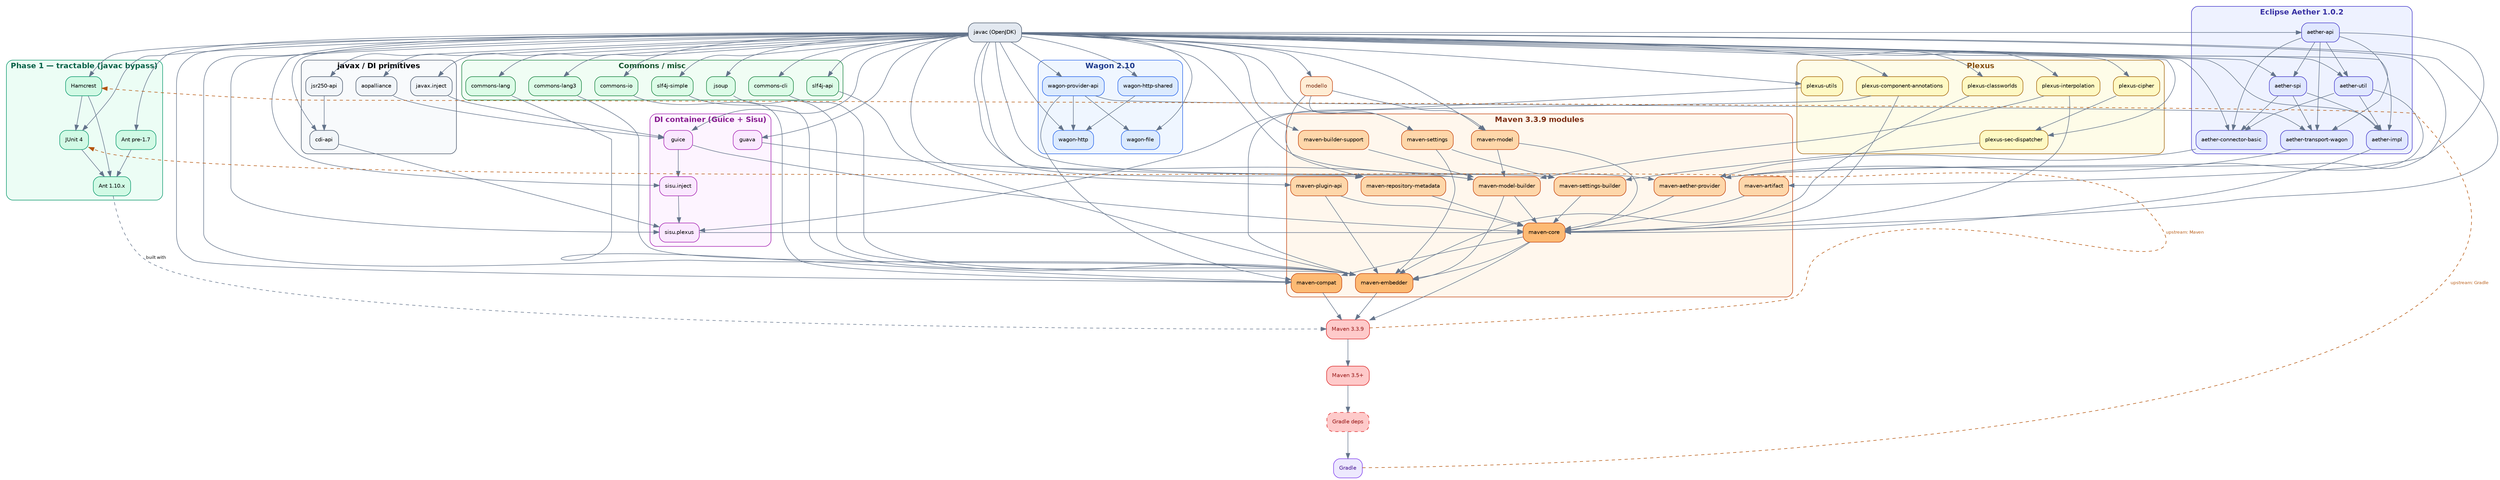
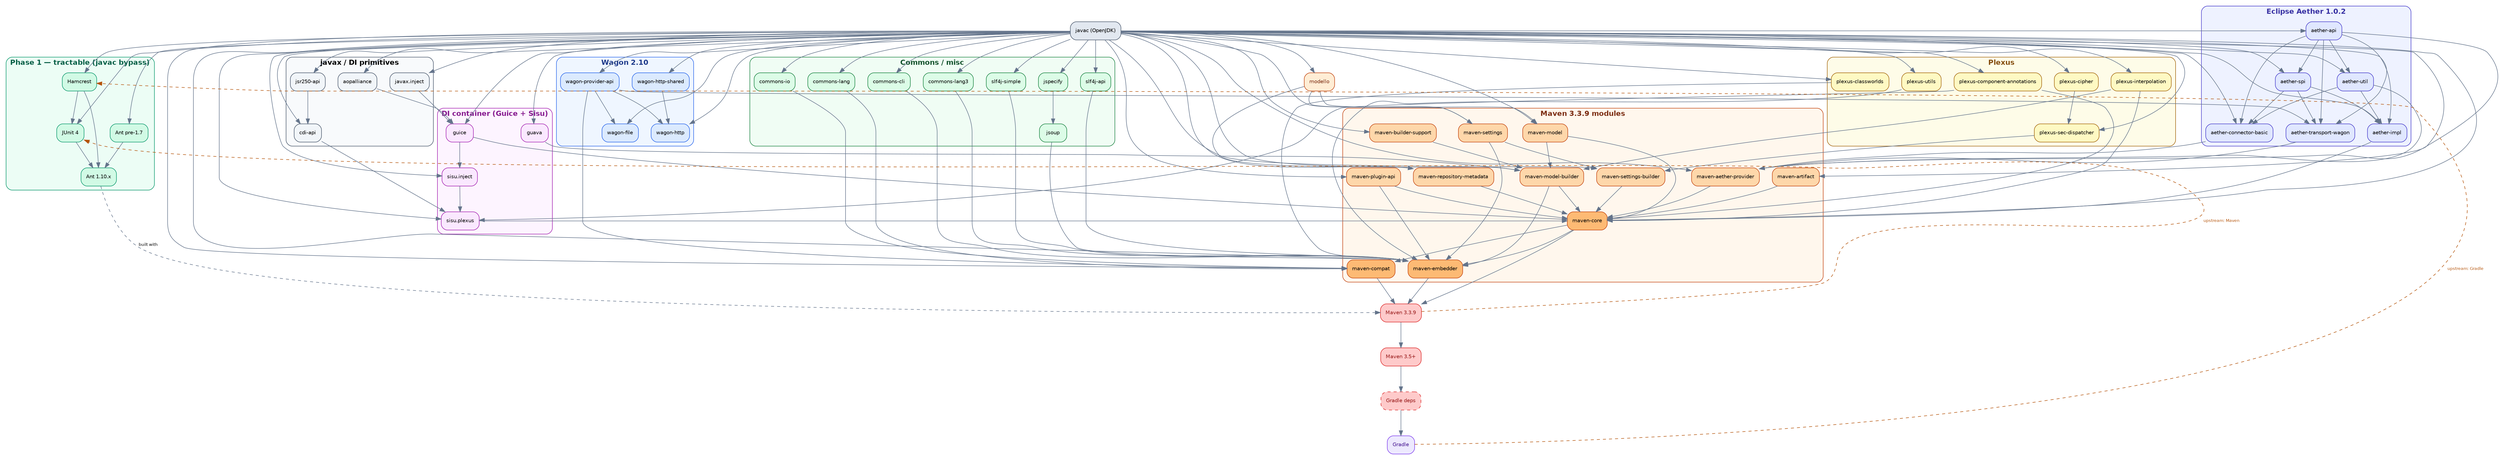
digraph JavaBootstrapJPB {
  rankdir=TB;
  ranksep=0.7;
  nodesep=0.35;
  fontname="Helvetica";
  node [shape=box, style="rounded,filled", fontname="Helvetica", fontsize=10, margin="0.14,0.07"];
  edge [fontname="Helvetica", fontsize=8, color="#64748b"];

  // ════════════════════════════════════════════════════════════
  // BASE
  // ════════════════════════════════════════════════════════════
  JC [label="javac (OpenJDK)", fillcolor="#e2e8f0", color="#475569"];

  // ════════════════════════════════════════════════════════════
  // Tractable (javac-only, no external compile deps)
  // ════════════════════════════════════════════════════════════
  subgraph cluster_tractable {
    label="Phase 1 — tractable (javac bypass)";
    style="rounded,filled"; fillcolor="#ecfdf5"; color="#059669"; fontcolor="#065f46"; fontname="Helvetica-Bold";
    ANTP [label="Ant pre-1.7",  fillcolor="#d1fae5", color="#059669"];
    ANT  [label="Ant 1.10.x",   fillcolor="#d1fae5", color="#059669"];
    HC   [label="Hamcrest",     fillcolor="#d1fae5", color="#059669"];
    JU4  [label="JUnit 4",      fillcolor="#d1fae5", color="#059669"];
  }

  // ════════════════════════════════════════════════════════════
  // Plexus (low-level, built early)
  // ════════════════════════════════════════════════════════════
  subgraph cluster_plexus {
    label="Plexus";
    style="rounded,filled"; fillcolor="#fefce8"; color="#a16207"; fontcolor="#854d0e"; fontname="Helvetica-Bold";
    PL_CW   [label="plexus-classworlds",          fillcolor="#fef9c3", color="#a16207"];
    PL_UTIL [label="plexus-utils",                fillcolor="#fef9c3", color="#a16207"];
    PL_CA   [label="plexus-component-annotations",fillcolor="#fef9c3", color="#a16207"];
    PL_INTP [label="plexus-interpolation",        fillcolor="#fef9c3", color="#a16207"];
    PL_CIPH [label="plexus-cipher",               fillcolor="#fef9c3", color="#a16207"];
    PL_SEC  [label="plexus-sec-dispatcher",       fillcolor="#fef9c3", color="#a16207"];
  }

  // ════════════════════════════════════════════════════════════
  // javax / CDI / DI primitives
  // ════════════════════════════════════════════════════════════
  subgraph cluster_javax {
    label="javax / DI primitives";
    style="rounded,filled"; fillcolor="#f8fafc"; color="#475569"; fontname="Helvetica-Bold";
    JX_INJ [label="javax.inject", fillcolor="#f1f5f9", color="#475569"];
    JX_JSR [label="jsr250-api",   fillcolor="#f1f5f9", color="#475569"];
    JX_CDI [label="cdi-api",      fillcolor="#f1f5f9", color="#475569"];
    AOPAL  [label="aopalliance",  fillcolor="#f1f5f9", color="#475569"];
  }

  // ════════════════════════════════════════════════════════════
  // Google + Sisu (DI container)
  // ════════════════════════════════════════════════════════════
  subgraph cluster_di {
    label="DI container (Guice + Sisu)";
    style="rounded,filled"; fillcolor="#fdf4ff"; color="#a21caf"; fontcolor="#86198f"; fontname="Helvetica-Bold";
    GUAVA     [label="guava",       fillcolor="#fae8ff", color="#a21caf"];
    GUICE     [label="guice",       fillcolor="#fae8ff", color="#a21caf"];
    SISU_INJ  [label="sisu.inject", fillcolor="#fae8ff", color="#a21caf"];
    SISU_PLEX [label="sisu.plexus", fillcolor="#fae8ff", color="#a21caf"];
  }

  // ════════════════════════════════════════════════════════════
  // Commons / misc utilities
  // ════════════════════════════════════════════════════════════
  subgraph cluster_commons {
    label="Commons / misc";
    style="rounded,filled"; fillcolor="#f0fdf4"; color="#15803d"; fontcolor="#14532d"; fontname="Helvetica-Bold";
    COM_CLI  [label="commons-cli",   fillcolor="#dcfce7", color="#15803d"];
    COM_IO   [label="commons-io",    fillcolor="#dcfce7", color="#15803d"];
    COM_LANG [label="commons-lang",  fillcolor="#dcfce7", color="#15803d"];
    COM_LAN3 [label="commons-lang3", fillcolor="#dcfce7", color="#15803d"];
    SLF_API  [label="slf4j-api",     fillcolor="#dcfce7", color="#15803d"];
    SLF_SMP  [label="slf4j-simple",  fillcolor="#dcfce7", color="#15803d"];
+     JSPECIFY [label="jspecify",      fillcolor="#dcfce7", color="#15803d"];
    JSOUP    [label="jsoup",         fillcolor="#dcfce7", color="#15803d"];
  }

  // ════════════════════════════════════════════════════════════
  // Wagon
  // ════════════════════════════════════════════════════════════
  subgraph cluster_wagon {
    label="Wagon 2.10";
    style="rounded,filled"; fillcolor="#eff6ff"; color="#2563eb"; fontcolor="#1e3a8a"; fontname="Helvetica-Bold";
    WAG_API  [label="wagon-provider-api", fillcolor="#dbeafe", color="#2563eb"];
    WAG_HTSH [label="wagon-http-shared",  fillcolor="#dbeafe", color="#2563eb"];
    WAG_FILE [label="wagon-file",         fillcolor="#dbeafe", color="#2563eb"];
    WAG_HTTP [label="wagon-http",         fillcolor="#dbeafe", color="#2563eb"];
  }

  // ════════════════════════════════════════════════════════════
  // Eclipse Aether
  // ════════════════════════════════════════════════════════════
  subgraph cluster_aether {
    label="Eclipse Aether 1.0.2";
    style="rounded,filled"; fillcolor="#eef2ff"; color="#4338ca"; fontcolor="#3730a3"; fontname="Helvetica-Bold";
    AE_API  [label="aether-api",             fillcolor="#e0e7ff", color="#4338ca"];
    AE_SPI  [label="aether-spi",             fillcolor="#e0e7ff", color="#4338ca"];
    AE_UTIL [label="aether-util",            fillcolor="#e0e7ff", color="#4338ca"];
    AE_IMPL [label="aether-impl",            fillcolor="#e0e7ff", color="#4338ca"];
    AE_CONN [label="aether-connector-basic", fillcolor="#e0e7ff", color="#4338ca"];
    AE_TRAN [label="aether-transport-wagon", fillcolor="#e0e7ff", color="#4338ca"];
  }

  // ════════════════════════════════════════════════════════════
  // Modello (code generator)
  // ════════════════════════════════════════════════════════════
  MODELLO [label="modello", fillcolor="#ffedd5", color="#c2410c", fontcolor="#7c2d12"];

  // ════════════════════════════════════════════════════════════
  // Maven internal modules
  // ════════════════════════════════════════════════════════════
  subgraph cluster_maven {
    label="Maven 3.3.9 modules";
    style="rounded,filled"; fillcolor="#fff7ed"; color="#c2410c"; fontcolor="#7c2d12"; fontname="Helvetica-Bold";
    M_ART    [label="maven-artifact",            fillcolor="#fed7aa", color="#c2410c"];
    M_BUILD  [label="maven-builder-support",     fillcolor="#fed7aa", color="#c2410c"];
    M_MODEL  [label="maven-model",               fillcolor="#fed7aa", color="#c2410c"];
    M_MODELB [label="maven-model-builder",       fillcolor="#fed7aa", color="#c2410c"];
    M_SET    [label="maven-settings",            fillcolor="#fed7aa", color="#c2410c"];
    M_SETB   [label="maven-settings-builder",    fillcolor="#fed7aa", color="#c2410c"];
    M_PLUG   [label="maven-plugin-api",          fillcolor="#fed7aa", color="#c2410c"];
    M_REPOM  [label="maven-repository-metadata", fillcolor="#fed7aa", color="#c2410c"];
    M_AETHP  [label="maven-aether-provider",     fillcolor="#fed7aa", color="#c2410c"];
    M_CORE   [label="maven-core",                fillcolor="#fdba74", color="#c2410c"];
    M_EMB    [label="maven-embedder",            fillcolor="#fdba74", color="#c2410c"];
    M_COMPAT [label="maven-compat",              fillcolor="#fdba74", color="#c2410c"];
  }

  // ════════════════════════════════════════════════════════════
  // Goals
  // ════════════════════════════════════════════════════════════
  MVN339 [label="Maven 3.3.9",  fillcolor="#fecaca", color="#dc2626", fontcolor="#991b1b"];
  MVN35  [label="Maven 3.5+",   fillcolor="#fecaca", color="#dc2626", fontcolor="#991b1b"];
  GDEPS  [label="Gradle deps",  fillcolor="#fecaca", color="#dc2626", fontcolor="#991b1b", style="rounded,filled,dashed"];
  GRADLE [label="Gradle",       fillcolor="#ede9fe", color="#7c3aed", fontcolor="#4c1d95"];

  // ════════════════════════════════════════════════════════════
  // EDGES — every node is built with javac; package edges = compile classpath order
  // ════════════════════════════════════════════════════════════

  // ── javac builds EVERYTHING (JPB: only OpenJDK + C compiler at the base) ──
  JC -> ANTP;
  JC -> HC;
  JC -> JU4;
  JC -> PL_CW;
  JC -> PL_UTIL;
  JC -> PL_CA;
  JC -> PL_INTP;
  JC -> PL_CIPH;
  JC -> JX_INJ;
  JC -> JX_JSR;
  JC -> JX_CDI;
  JC -> AOPAL;
  JC -> GUAVA;
  JC -> GUICE;
  JC -> SISU_INJ;
  JC -> SISU_PLEX;
  JC -> COM_CLI;
  JC -> COM_IO;
  JC -> COM_LANG;
  JC -> COM_LAN3;
  JC -> SLF_API;
  JC -> SLF_SMP;
-   JC -> JSOUP;
+   JC -> JSPECIFY;
  JC -> WAG_API;
  JC -> WAG_HTSH;
  JC -> WAG_FILE;
  JC -> WAG_HTTP;
  JC -> AE_API;
  JC -> AE_SPI;
  JC -> AE_UTIL;
  JC -> AE_IMPL;
  JC -> AE_CONN;
  JC -> AE_TRAN;
  JC -> MODELLO;
  JC -> M_ART;
  JC -> M_BUILD;
  JC -> M_MODEL;
  JC -> M_MODELB;
  JC -> M_SET;
  JC -> M_SETB;
  JC -> M_PLUG;
  JC -> M_REPOM;
  JC -> M_AETHP;
  JC -> M_CORE;
  JC -> M_EMB;
  JC -> M_COMPAT;

  // ── Tractable chain ──
  ANTP -> ANT;
  HC -> JU4;
  HC -> ANT;
  JU4 -> ANT;

  // ── Plexus internal ──
  PL_CIPH -> PL_SEC;
  JC -> PL_SEC;

  // ── DI primitives ──
  JX_INJ -> GUICE;
  AOPAL -> GUICE;
  JX_JSR -> JX_CDI;
  GUICE -> SISU_INJ;
  SISU_INJ -> SISU_PLEX;
  JX_CDI -> SISU_PLEX;
  PL_CA -> SISU_PLEX;
+ 
+   // ── Commons / misc internal ──
+   JSPECIFY -> JSOUP;

  // ── Wagon classpath order ──
  WAG_API -> WAG_FILE;
  WAG_API -> WAG_HTTP;
  WAG_HTSH -> WAG_HTTP;

  // ── Aether classpath order ──
  AE_API -> AE_SPI;
  AE_API -> AE_UTIL;
  AE_API -> AE_IMPL;
  AE_SPI -> AE_IMPL;
  AE_UTIL -> AE_IMPL;
  AE_API -> AE_CONN;
  AE_SPI -> AE_CONN;
  AE_UTIL -> AE_CONN;
  AE_API -> AE_TRAN;
  AE_SPI -> AE_TRAN;
  WAG_API -> AE_TRAN;

  // ── Modello generates Maven model sources ──
  MODELLO -> M_MODEL;
  MODELLO -> M_SET;
  MODELLO -> M_REPOM;

  // ── Maven module compile order ──
  M_MODEL -> M_MODELB;
  M_BUILD -> M_MODELB;
  PL_INTP -> M_MODELB;
  GUAVA -> M_MODELB;
  M_SET -> M_SETB;
  PL_SEC -> M_SETB;
  M_ART -> M_CORE;
  M_MODEL -> M_CORE;
  M_MODELB -> M_CORE;
  M_SETB -> M_CORE;
  M_REPOM -> M_CORE;
  M_PLUG -> M_CORE;
  M_AETHP -> M_CORE;
  AE_API -> M_AETHP;
  AE_UTIL -> M_AETHP;
  AE_CONN -> M_AETHP;
  AE_TRAN -> M_AETHP;
  AE_IMPL -> M_CORE;
  SISU_PLEX -> M_CORE;
  GUICE -> M_CORE;
  PL_CA -> M_CORE;
  PL_INTP -> M_CORE;
  M_MODELB -> M_EMB;
  M_SET -> M_EMB;
  M_PLUG -> M_EMB;
  M_CORE -> M_EMB;
  PL_CW -> M_EMB;
  PL_UTIL -> M_EMB;
  SLF_API -> M_EMB;
  SLF_SMP -> M_EMB;
  COM_LAN3 -> M_EMB;
  COM_CLI -> M_EMB;
  JSOUP -> M_EMB;
  WAG_API -> M_COMPAT;
  COM_LANG -> M_COMPAT;
  COM_IO -> M_COMPAT;
  M_CORE -> M_COMPAT;

  // ── Modules assemble into the product ──
  M_EMB -> MVN339;
  M_CORE -> MVN339;
  M_COMPAT -> MVN339;
  ANT -> MVN339 [style=dashed, label="built with"];

  // ── Onward ──
  MVN339 -> MVN35;
  MVN35 -> GDEPS;
  GDEPS -> GRADLE;

  // ── Circular back-edges (upstream build-tool reality, broken by javac bypass) ──
  GRADLE -> HC  [style=dashed, color="#b45309", fontcolor="#b45309", label="upstream: Gradle", constraint=false];
  MVN339 -> JU4 [style=dashed, color="#b45309", fontcolor="#b45309", label="upstream: Maven", constraint=false];
}
